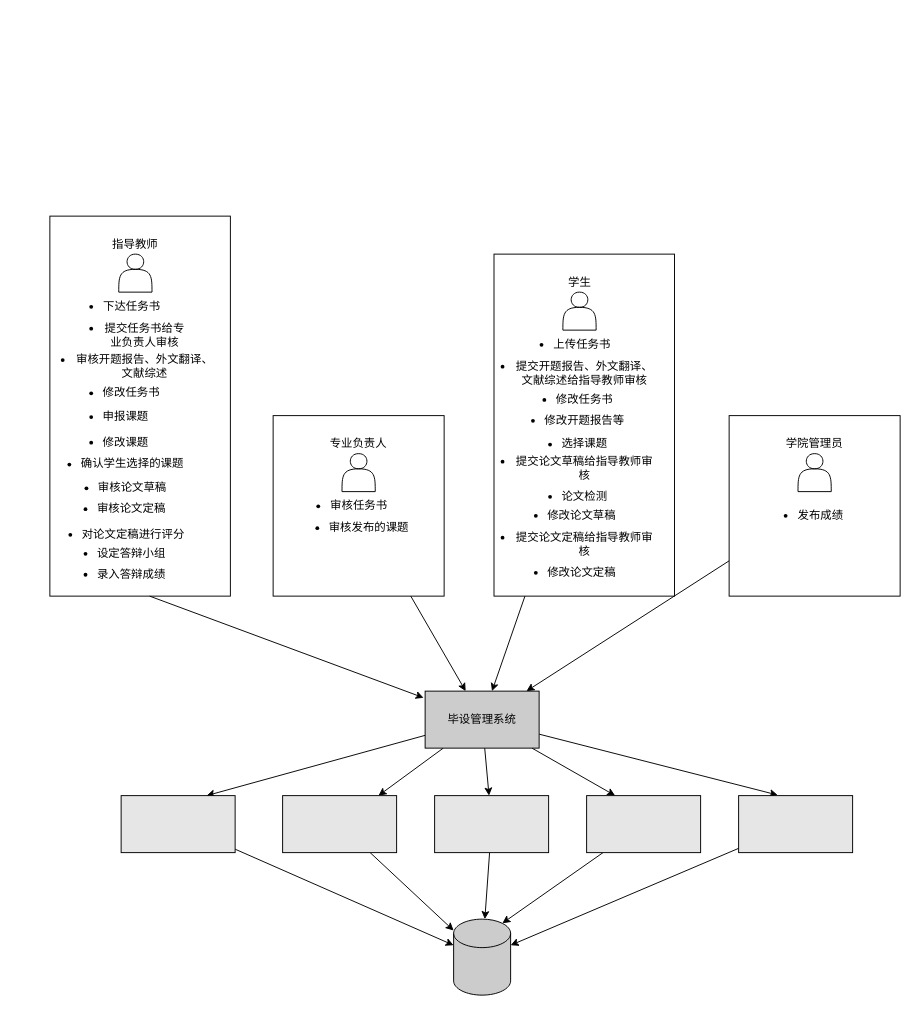
FdfGithub/drawio keeps this draw.io diagram as temp/毕设追踪系统-思维导图.drawio. Above is the earlier version. Source tidied: cells renumbered, new cells numbered last; positions are measured from the earlier drawing's top-left corner, leaving out a move shared by most shapes. Both pictures are drawn from the tidied source at 95%, with x=0, y=0 at pixel (16, 216).
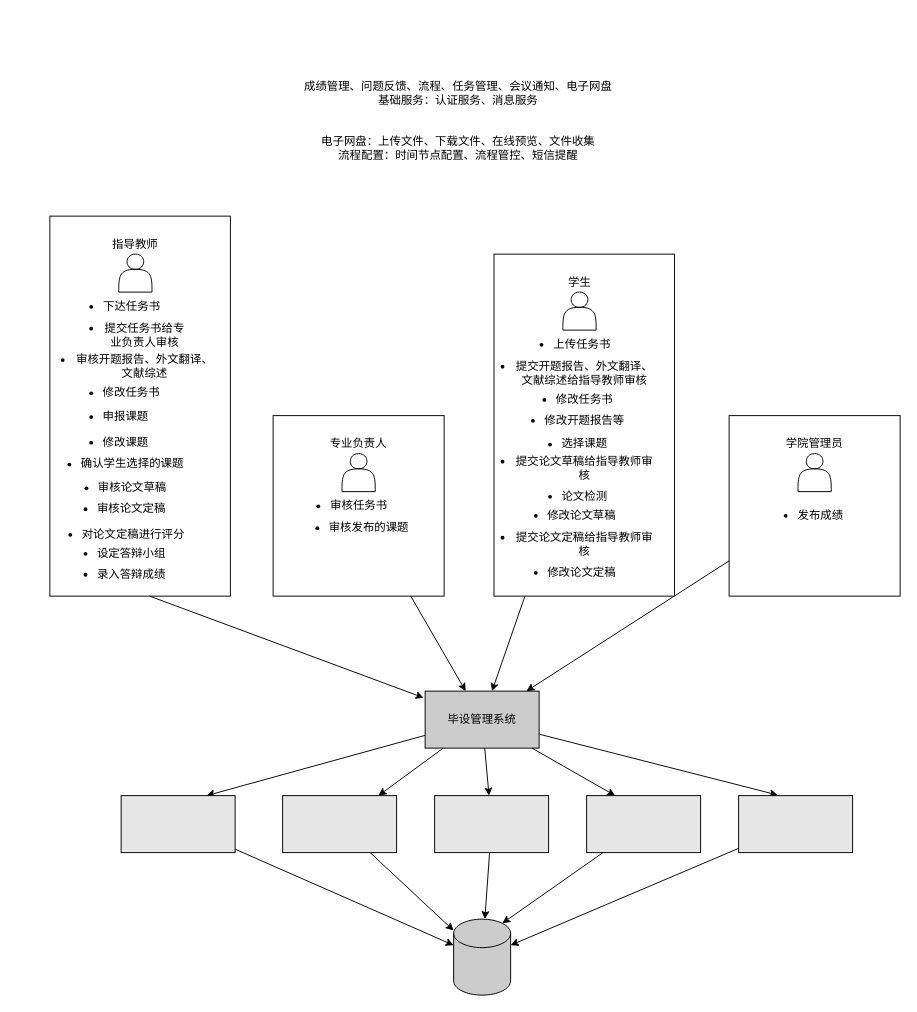
After the change.

Commit message (it also covers changes not shown here):
Update 毕设追踪系统-思维导图.drawio

The edit, as a diff of the source:
```diff
@@
+    <mxCell id="65" value="成绩管理、问题反馈、流程、任务管理、会议通知、电子网盘&lt;br&gt;基础服务：认证服务、消息服务&lt;br&gt;&lt;br&gt;&lt;br&gt;电子网盘：上传文件、下载文件、在线预览、文件收集&lt;br&gt;流程配置：时间节点配置、流程管控、短信提醒" style="text;html=1;strokeColor=none;fillColor=none;align=center;verticalAlign=middle;whiteSpace=wrap;rounded=0;" parent="1" vertex="1">
+      <mxGeometry x="280" y="-210" width="370" height="220" as="geometry" />
+    </mxCell>
```
